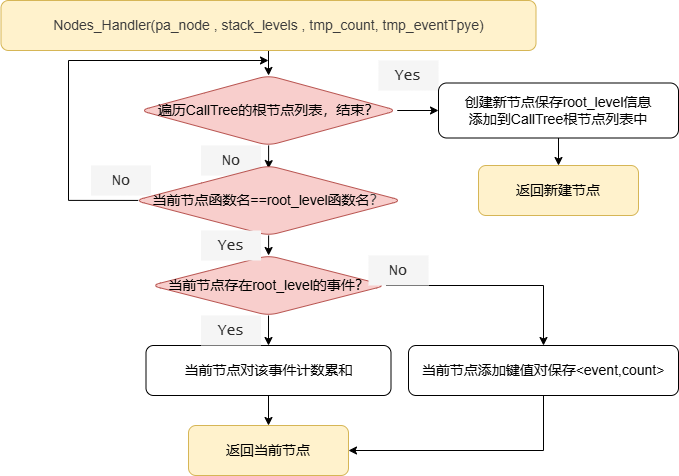
Earlier version of the draw.io export Nodes_Handler.drawio.png (Dong-J93/os_pic2024). Source tidied: cells renumbered, new cells last; positions are measured from the earlier drawing's top-left corner, leaving out a move shared by most shapes. The source it was exported from:
```xml
<mxGraphModel>
  <root>
    <mxCell id="0" />
    <mxCell id="1" parent="0" />
    <mxCell id="2" style="edgeStyle=orthogonalEdgeStyle;rounded=0;jettySize=auto;html=1;" parent="1" edge="1" source="3" target="6">
      <mxGeometry relative="1" as="geometry" />
    </mxCell>
    <mxCell id="3" value="&lt;div style=&quot;color: rgb(59, 59, 59); line-height: 27px; white-space: pre;&quot;&gt;&lt;p style=&quot;line-height: 27px;&quot;&gt;&lt;font face=&quot;Helvetica&quot; style=&quot;font-size: 14px;&quot;&gt;Nodes_Handler(pa_node , stack_levels , tmp_count, tmp_eventTpye)&lt;/font&gt;&lt;/p&gt;&lt;/div&gt;" style="rounded=1;whiteSpace=wrap;html=1;fillColor=#fff2cc;strokeColor=#d6b656;" parent="1" vertex="1">
      <mxGeometry x="0.5" width="535" height="50" as="geometry" />
    </mxCell>
    <mxCell id="4" style="edgeStyle=orthogonalEdgeStyle;rounded=0;jettySize=auto;html=1;" parent="1" edge="1" source="6" target="25">
      <mxGeometry relative="1" as="geometry" />
    </mxCell>
    <mxCell id="5" style="edgeStyle=orthogonalEdgeStyle;rounded=0;jettySize=auto;html=1;entryX=0.5;entryY=0.044;entryDx=0;entryDy=0;entryPerimeter=0;" parent="1" edge="1" source="6" target="12">
      <mxGeometry relative="1" as="geometry" />
    </mxCell>
    <mxCell id="6" value="&lt;span style=&quot;font-size: 14px;&quot;&gt;遍历CallTree的根节点列表，结束？&lt;/span&gt;" style="rhombus;whiteSpace=wrap;html=1;fillColor=#f8cecc;rounded=1;strokeColor=#b85450;" parent="1" vertex="1">
      <mxGeometry x="139.2" y="75" width="257.5" height="70" as="geometry" />
    </mxCell>
    <mxCell id="7" value="&lt;font face=&quot;Lucida Console&quot; color=&quot;#2e2e2e&quot;&gt;&lt;span style=&quot;font-size: 15px;&quot;&gt;No&lt;/span&gt;&lt;/font&gt;" style="text;html=1;align=center;verticalAlign=middle;whiteSpace=wrap;rounded=0;fontColor=#333333;fillColor=#f5f5f5;strokeColor=none;" parent="1" vertex="1">
      <mxGeometry x="200.5" y="145" width="60" height="30" as="geometry" />
    </mxCell>
    <mxCell id="8" value="&lt;font face=&quot;Lucida Console&quot; color=&quot;#2e2e2e&quot;&gt;&lt;span style=&quot;font-size: 15px;&quot;&gt;Yes&lt;/span&gt;&lt;/font&gt;" style="text;html=1;align=center;verticalAlign=middle;whiteSpace=wrap;rounded=0;fontColor=#333333;fillColor=#f5f5f5;strokeColor=none;" parent="1" vertex="1">
      <mxGeometry x="378" y="60" width="60" height="30" as="geometry" />
    </mxCell>
    <mxCell id="9" value="&lt;pre&gt;&lt;font face=&quot;Helvetica&quot;&gt;&lt;span style=&quot;font-size: 14px;&quot;&gt;返回当前节点&lt;/span&gt;&lt;/font&gt;&lt;/pre&gt;" style="rounded=1;whiteSpace=wrap;html=1;fillColor=#fff2cc;strokeColor=#d6b656;" parent="1" vertex="1">
      <mxGeometry x="188" y="425" width="160" height="50" as="geometry" />
    </mxCell>
    <mxCell id="10" style="edgeStyle=orthogonalEdgeStyle;rounded=0;jettySize=auto;html=1;" parent="1" edge="1" source="12" target="15">
      <mxGeometry relative="1" as="geometry" />
    </mxCell>
    <mxCell id="11" style="edgeStyle=orthogonalEdgeStyle;rounded=0;jettySize=auto;html=1;exitX=0.013;exitY=0.499;exitDx=0;exitDy=0;exitPerimeter=0;" parent="1" edge="1" source="12">
      <mxGeometry relative="1" as="geometry">
        <mxPoint x="268" y="60" as="targetPoint" />
        <Array as="points">
          <mxPoint x="68" y="200" />
          <mxPoint x="68" y="60" />
        </Array>
      </mxGeometry>
    </mxCell>
    <mxCell id="12" value="&lt;p&gt;&lt;font face=&quot;Helvetica&quot; style=&quot;font-size: 14px;&quot;&gt;当前节点函数名==root_level函数名&lt;span style=&quot;color: rgb(59, 59, 59); white-space: pre;&quot;&gt;？&lt;/span&gt;&lt;/font&gt;&lt;/p&gt;" style="rhombus;whiteSpace=wrap;html=1;fillColor=#f8cecc;rounded=1;strokeColor=#b85450;" parent="1" vertex="1">
      <mxGeometry x="134.2" y="165" width="267.5" height="70" as="geometry" />
    </mxCell>
    <mxCell id="13" style="edgeStyle=orthogonalEdgeStyle;rounded=0;jettySize=auto;html=1;" parent="1" edge="1" source="15" target="17">
      <mxGeometry relative="1" as="geometry" />
    </mxCell>
    <mxCell id="14" style="edgeStyle=orthogonalEdgeStyle;rounded=0;jettySize=auto;html=1;" parent="1" edge="1" source="15" target="20">
      <mxGeometry relative="1" as="geometry" />
    </mxCell>
    <mxCell id="15" value="&lt;span style=&quot;font-size: 14px;&quot;&gt;当前节点存在root_level的事件？&lt;/span&gt;" style="rhombus;whiteSpace=wrap;html=1;fillColor=#f8cecc;rounded=1;strokeColor=#b85450;" parent="1" vertex="1">
      <mxGeometry x="150.5" y="255" width="235" height="60" as="geometry" />
    </mxCell>
    <mxCell id="16" style="edgeStyle=orthogonalEdgeStyle;rounded=0;jettySize=auto;html=1;" parent="1" edge="1" source="17" target="9">
      <mxGeometry relative="1" as="geometry" />
    </mxCell>
    <mxCell id="17" value="&lt;pre&gt;&lt;font face=&quot;Helvetica&quot; style=&quot;font-size: 14px;&quot;&gt;当前节点对该事件计数累和&lt;/font&gt;&lt;br&gt;&lt;/pre&gt;" style="rounded=1;whiteSpace=wrap;html=1;fillColor=none;" parent="1" vertex="1">
      <mxGeometry x="145.5" y="345" width="245" height="50" as="geometry" />
    </mxCell>
    <mxCell id="18" value="&lt;font face=&quot;Lucida Console&quot; color=&quot;#2e2e2e&quot;&gt;&lt;span style=&quot;font-size: 15px;&quot;&gt;Yes&lt;/span&gt;&lt;/font&gt;" style="text;html=1;align=center;verticalAlign=middle;whiteSpace=wrap;rounded=0;fontColor=#333333;fillColor=#f5f5f5;strokeColor=none;" parent="1" vertex="1">
      <mxGeometry x="200.5" y="315" width="60" height="30" as="geometry" />
    </mxCell>
    <mxCell id="19" style="edgeStyle=orthogonalEdgeStyle;rounded=0;jettySize=auto;html=1;exitX=0.5;exitY=1;exitDx=0;exitDy=0;entryX=1;entryY=0.5;entryDx=0;entryDy=0;" parent="1" edge="1" source="20" target="9">
      <mxGeometry relative="1" as="geometry" />
    </mxCell>
    <mxCell id="20" value="&lt;pre&gt;&lt;font face=&quot;Helvetica&quot; style=&quot;font-size: 14px;&quot;&gt;当前节点添加键值对保存&amp;lt;event,count&amp;gt;&lt;/font&gt;&lt;br&gt;&lt;/pre&gt;" style="rounded=1;whiteSpace=wrap;html=1;fillColor=none;" parent="1" vertex="1">
      <mxGeometry x="408" y="345" width="270" height="50" as="geometry" />
    </mxCell>
    <mxCell id="21" value="&lt;font face=&quot;Lucida Console&quot; color=&quot;#2e2e2e&quot;&gt;&lt;span style=&quot;font-size: 15px;&quot;&gt;No&lt;/span&gt;&lt;/font&gt;" style="text;html=1;align=center;verticalAlign=middle;whiteSpace=wrap;rounded=0;fontColor=#333333;fillColor=#f5f5f5;strokeColor=none;" parent="1" vertex="1">
      <mxGeometry x="368" y="255" width="60" height="30" as="geometry" />
    </mxCell>
    <mxCell id="22" value="&lt;font face=&quot;Lucida Console&quot; color=&quot;#2e2e2e&quot;&gt;&lt;span style=&quot;font-size: 15px;&quot;&gt;Yes&lt;/span&gt;&lt;/font&gt;" style="text;html=1;align=center;verticalAlign=middle;whiteSpace=wrap;rounded=0;fontColor=#333333;fillColor=#f5f5f5;strokeColor=none;" parent="1" vertex="1">
      <mxGeometry x="200.5" y="230" width="60" height="30" as="geometry" />
    </mxCell>
    <mxCell id="23" value="&lt;font face=&quot;Lucida Console&quot; color=&quot;#2e2e2e&quot;&gt;&lt;span style=&quot;font-size: 15px;&quot;&gt;No&lt;/span&gt;&lt;/font&gt;" style="text;html=1;align=center;verticalAlign=middle;whiteSpace=wrap;rounded=0;fontColor=#333333;fillColor=#f5f5f5;strokeColor=none;" parent="1" vertex="1">
      <mxGeometry x="90.5" y="165" width="60" height="30" as="geometry" />
    </mxCell>
    <mxCell id="24" style="edgeStyle=orthogonalEdgeStyle;rounded=0;jettySize=auto;html=1;" parent="1" edge="1" source="25" target="26">
      <mxGeometry relative="1" as="geometry" />
    </mxCell>
    <mxCell id="25" value="&lt;p&gt;&lt;font face=&quot;Helvetica&quot; style=&quot;font-size: 14px;&quot;&gt;创建新节点保存root_level信息&lt;br&gt;&lt;/font&gt;&lt;font face=&quot;Helvetica&quot; style=&quot;font-size: 14px;&quot;&gt;添加到CallTree根节点列表中&lt;/font&gt;&lt;/p&gt;" style="rounded=1;whiteSpace=wrap;html=1;fillColor=none;" parent="1" vertex="1">
      <mxGeometry x="438" y="82.5" width="240" height="55" as="geometry" />
    </mxCell>
    <mxCell id="26" value="&lt;pre&gt;&lt;font face=&quot;Helvetica&quot;&gt;&lt;span style=&quot;font-size: 14px;&quot;&gt;返回新建节点&lt;/span&gt;&lt;/font&gt;&lt;/pre&gt;" style="rounded=1;whiteSpace=wrap;html=1;fillColor=#fff2cc;strokeColor=#d6b656;" parent="1" vertex="1">
      <mxGeometry x="478" y="165" width="160" height="50" as="geometry" />
    </mxCell>
  </root>
</mxGraphModel>
```
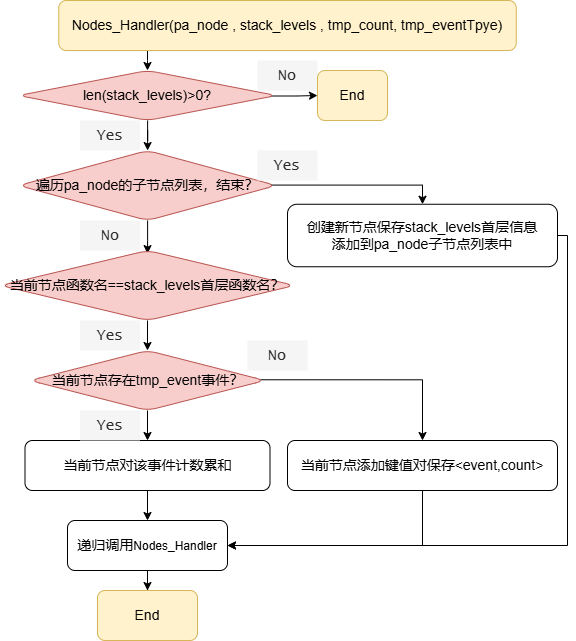
After the commit.

The edit, as a diff of the source:
```diff
@@ -2,86 +2,109 @@
   <root>
     <mxCell id="0" />
     <mxCell id="1" parent="0" />
-    <mxCell id="2" style="edgeStyle=orthogonalEdgeStyle;rounded=0;jettySize=auto;html=1;" parent="1" edge="1" source="3" target="6">
-      <mxGeometry relative="1" as="geometry" />
-    </mxCell>
+    <mxCell id="27" style="edgeStyle=orthogonalEdgeStyle;rounded=0;jettySize=auto;html=1;" parent="1" edge="1" source="3" target="32">
+      <mxGeometry relative="1" as="geometry">
+        <Array as="points">
+          <mxPoint x="268" y="60" />
+          <mxPoint x="268" y="60" />
+        </Array>
+      </mxGeometry>
+    </mxCell>
-    <mxCell id="3" value="&lt;div style=&quot;color: rgb(59, 59, 59); line-height: 27px; white-space: pre;&quot;&gt;&lt;p style=&quot;line-height: 27px;&quot;&gt;&lt;font face=&quot;Helvetica&quot; style=&quot;font-size: 14px;&quot;&gt;Nodes_Handler(pa_node , stack_levels , tmp_count, tmp_eventTpye)&lt;/font&gt;&lt;/p&gt;&lt;/div&gt;" style="rounded=1;whiteSpace=wrap;html=1;fillColor=#fff2cc;strokeColor=#d6b656;" parent="1" vertex="1">
-      <mxGeometry x="0.5" width="535" height="50" as="geometry" />
+    <mxCell id="3" value="&lt;div style=&quot;line-height: 27px; white-space: pre;&quot;&gt;&lt;p style=&quot;line-height: 27px;&quot;&gt;&lt;font face=&quot;Helvetica&quot; style=&quot;font-size: 14px;&quot;&gt;Nodes_Handler(pa_node , stack_levels , tmp_count, tmp_eventTpye)&lt;/font&gt;&lt;/p&gt;&lt;/div&gt;" style="rounded=1;whiteSpace=wrap;html=1;fillColor=#fff2cc;strokeColor=#d6b656;" parent="1" vertex="1">
+      <mxGeometry x="179.2" width="457.5" height="50" as="geometry" />
     </mxCell>
-    <mxCell id="4" style="edgeStyle=orthogonalEdgeStyle;rounded=0;jettySize=auto;html=1;" parent="1" edge="1" source="6" target="25">
-      <mxGeometry relative="1" as="geometry" />
+    <mxCell id="4" style="edgeStyle=orthogonalEdgeStyle;rounded=0;jettySize=auto;html=1;exitX=0.975;exitY=0.494;exitDx=0;exitDy=0;exitPerimeter=0;" parent="1" edge="1" source="6" target="25">
+      <mxGeometry relative="1" as="geometry">
+        <Array as="points">
+          <mxPoint x="543" y="185" />
+        </Array>
+      </mxGeometry>
     </mxCell>
     <mxCell id="5" style="edgeStyle=orthogonalEdgeStyle;rounded=0;jettySize=auto;html=1;entryX=0.5;entryY=0.044;entryDx=0;entryDy=0;entryPerimeter=0;" parent="1" edge="1" source="6" target="12">
       <mxGeometry relative="1" as="geometry" />
     </mxCell>
-    <mxCell id="6" value="&lt;span style=&quot;font-size: 14px;&quot;&gt;遍历CallTree的根节点列表，结束？&lt;/span&gt;" style="rhombus;whiteSpace=wrap;html=1;fillColor=#f8cecc;rounded=1;strokeColor=#b85450;" parent="1" vertex="1">
-      <mxGeometry x="139.2" y="75" width="257.5" height="70" as="geometry" />
+    <mxCell id="6" value="&lt;span style=&quot;font-size: 14px;&quot;&gt;遍历pa_node的子节点列表，结束？&lt;/span&gt;" style="rhombus;whiteSpace=wrap;html=1;fillColor=#f8cecc;rounded=1;strokeColor=#b85450;" parent="1" vertex="1">
+      <mxGeometry x="139.2" y="150" width="257.5" height="70" as="geometry" />
     </mxCell>
     <mxCell id="7" value="&lt;font face=&quot;Lucida Console&quot; color=&quot;#2e2e2e&quot;&gt;&lt;span style=&quot;font-size: 15px;&quot;&gt;No&lt;/span&gt;&lt;/font&gt;" style="text;html=1;align=center;verticalAlign=middle;whiteSpace=wrap;rounded=0;fontColor=#333333;fillColor=#f5f5f5;strokeColor=none;" parent="1" vertex="1">
-      <mxGeometry x="200.5" y="145" width="60" height="30" as="geometry" />
+      <mxGeometry x="378" y="60" width="60" height="30" as="geometry" />
     </mxCell>
     <mxCell id="8" value="&lt;font face=&quot;Lucida Console&quot; color=&quot;#2e2e2e&quot;&gt;&lt;span style=&quot;font-size: 15px;&quot;&gt;Yes&lt;/span&gt;&lt;/font&gt;" style="text;html=1;align=center;verticalAlign=middle;whiteSpace=wrap;rounded=0;fontColor=#333333;fillColor=#f5f5f5;strokeColor=none;" parent="1" vertex="1">
-      <mxGeometry x="378" y="60" width="60" height="30" as="geometry" />
+      <mxGeometry x="378" y="150" width="60" height="30" as="geometry" />
     </mxCell>
+    <mxCell id="28" style="edgeStyle=orthogonalEdgeStyle;rounded=0;jettySize=auto;html=1;" parent="1" edge="1" source="9" target="35">
+      <mxGeometry relative="1" as="geometry" />
+    </mxCell>
-    <mxCell id="9" value="&lt;pre&gt;&lt;font face=&quot;Helvetica&quot;&gt;&lt;span style=&quot;font-size: 14px;&quot;&gt;返回当前节点&lt;/span&gt;&lt;/font&gt;&lt;/pre&gt;" style="rounded=1;whiteSpace=wrap;html=1;fillColor=#fff2cc;strokeColor=#d6b656;" parent="1" vertex="1">
-      <mxGeometry x="188" y="425" width="160" height="50" as="geometry" />
+    <mxCell id="9" value="&lt;pre&gt;&lt;font face=&quot;Helvetica&quot;&gt;&lt;span style=&quot;font-size: 14px;&quot;&gt;递归调用&lt;/span&gt;Nodes_Handler&lt;/font&gt;&lt;/pre&gt;" style="rounded=1;whiteSpace=wrap;html=1;" parent="1" vertex="1">
+      <mxGeometry x="188" y="520" width="160" height="50" as="geometry" />
     </mxCell>
     <mxCell id="10" style="edgeStyle=orthogonalEdgeStyle;rounded=0;jettySize=auto;html=1;" parent="1" edge="1" source="12" target="15">
       <mxGeometry relative="1" as="geometry" />
     </mxCell>
-    <mxCell id="11" style="edgeStyle=orthogonalEdgeStyle;rounded=0;jettySize=auto;html=1;exitX=0.013;exitY=0.499;exitDx=0;exitDy=0;exitPerimeter=0;" parent="1" edge="1" source="12">
-      <mxGeometry relative="1" as="geometry">
-        <mxPoint x="268" y="60" as="targetPoint" />
-        <Array as="points">
-          <mxPoint x="68" y="200" />
-          <mxPoint x="68" y="60" />
-        </Array>
-      </mxGeometry>
-    </mxCell>
-    <mxCell id="12" value="&lt;p&gt;&lt;font face=&quot;Helvetica&quot; style=&quot;font-size: 14px;&quot;&gt;当前节点函数名==root_level函数名&lt;span style=&quot;color: rgb(59, 59, 59); white-space: pre;&quot;&gt;？&lt;/span&gt;&lt;/font&gt;&lt;/p&gt;" style="rhombus;whiteSpace=wrap;html=1;fillColor=#f8cecc;rounded=1;strokeColor=#b85450;" parent="1" vertex="1">
-      <mxGeometry x="134.2" y="165" width="267.5" height="70" as="geometry" />
+    <mxCell id="12" value="&lt;p&gt;&lt;font face=&quot;Helvetica&quot;&gt;&lt;font style=&quot;font-size: 14px;&quot;&gt;当前节点函数名==&lt;/font&gt;&lt;span style=&quot;font-size: 14px; white-space: pre;&quot;&gt;stack_levels首层&lt;/span&gt;&lt;font style=&quot;font-size: 14px;&quot;&gt;函数名&lt;span style=&quot;white-space: pre;&quot;&gt;？&lt;/span&gt;&lt;/font&gt;&lt;/font&gt;&lt;/p&gt;" style="rhombus;whiteSpace=wrap;html=1;fillColor=#f8cecc;rounded=1;strokeColor=#b85450;" parent="1" vertex="1">
+      <mxGeometry x="121.1" y="250" width="293.8" height="70" as="geometry" />
     </mxCell>
     <mxCell id="13" style="edgeStyle=orthogonalEdgeStyle;rounded=0;jettySize=auto;html=1;" parent="1" edge="1" source="15" target="17">
       <mxGeometry relative="1" as="geometry" />
     </mxCell>
-    <mxCell id="14" style="edgeStyle=orthogonalEdgeStyle;rounded=0;jettySize=auto;html=1;" parent="1" edge="1" source="15" target="20">
+    <mxCell id="14" style="edgeStyle=orthogonalEdgeStyle;rounded=0;jettySize=auto;html=1;exitX=0.981;exitY=0.488;exitDx=0;exitDy=0;exitPerimeter=0;" parent="1" edge="1" source="15" target="20">
       <mxGeometry relative="1" as="geometry" />
     </mxCell>
-    <mxCell id="15" value="&lt;span style=&quot;font-size: 14px;&quot;&gt;当前节点存在root_level的事件？&lt;/span&gt;" style="rhombus;whiteSpace=wrap;html=1;fillColor=#f8cecc;rounded=1;strokeColor=#b85450;" parent="1" vertex="1">
-      <mxGeometry x="150.5" y="255" width="235" height="60" as="geometry" />
+    <mxCell id="15" value="&lt;span style=&quot;font-size: 14px;&quot;&gt;当前节点存在&lt;span style=&quot;white-space: pre;&quot;&gt;tmp_event&lt;/span&gt;&lt;/span&gt;&lt;span style=&quot;font-size: 14px;&quot;&gt;事件？&lt;/span&gt;" style="rhombus;whiteSpace=wrap;html=1;fillColor=#f8cecc;rounded=1;strokeColor=#b85450;" parent="1" vertex="1">
+      <mxGeometry x="150.5" y="350" width="235" height="60" as="geometry" />
     </mxCell>
     <mxCell id="16" style="edgeStyle=orthogonalEdgeStyle;rounded=0;jettySize=auto;html=1;" parent="1" edge="1" source="17" target="9">
       <mxGeometry relative="1" as="geometry" />
     </mxCell>
     <mxCell id="17" value="&lt;pre&gt;&lt;font face=&quot;Helvetica&quot; style=&quot;font-size: 14px;&quot;&gt;当前节点对该事件计数累和&lt;/font&gt;&lt;br&gt;&lt;/pre&gt;" style="rounded=1;whiteSpace=wrap;html=1;fillColor=none;" parent="1" vertex="1">
-      <mxGeometry x="145.5" y="345" width="245" height="50" as="geometry" />
+      <mxGeometry x="145.5" y="440" width="245" height="50" as="geometry" />
     </mxCell>
     <mxCell id="18" value="&lt;font face=&quot;Lucida Console&quot; color=&quot;#2e2e2e&quot;&gt;&lt;span style=&quot;font-size: 15px;&quot;&gt;Yes&lt;/span&gt;&lt;/font&gt;" style="text;html=1;align=center;verticalAlign=middle;whiteSpace=wrap;rounded=0;fontColor=#333333;fillColor=#f5f5f5;strokeColor=none;" parent="1" vertex="1">
-      <mxGeometry x="200.5" y="315" width="60" height="30" as="geometry" />
+      <mxGeometry x="200.5" y="410" width="60" height="30" as="geometry" />
     </mxCell>
     <mxCell id="19" style="edgeStyle=orthogonalEdgeStyle;rounded=0;jettySize=auto;html=1;exitX=0.5;exitY=1;exitDx=0;exitDy=0;entryX=1;entryY=0.5;entryDx=0;entryDy=0;" parent="1" edge="1" source="20" target="9">
       <mxGeometry relative="1" as="geometry" />
     </mxCell>
-    <mxCell id="20" value="&lt;pre&gt;&lt;font face=&quot;Helvetica&quot; style=&quot;font-size: 14px;&quot;&gt;当前节点添加键值对保存&amp;lt;event,count&amp;gt;&lt;/font&gt;&lt;br&gt;&lt;/pre&gt;" style="rounded=1;whiteSpace=wrap;html=1;fillColor=none;" parent="1" vertex="1">
-      <mxGeometry x="408" y="345" width="270" height="50" as="geometry" />
-    </mxCell>
     <mxCell id="21" value="&lt;font face=&quot;Lucida Console&quot; color=&quot;#2e2e2e&quot;&gt;&lt;span style=&quot;font-size: 15px;&quot;&gt;No&lt;/span&gt;&lt;/font&gt;" style="text;html=1;align=center;verticalAlign=middle;whiteSpace=wrap;rounded=0;fontColor=#333333;fillColor=#f5f5f5;strokeColor=none;" parent="1" vertex="1">
-      <mxGeometry x="368" y="255" width="60" height="30" as="geometry" />
+      <mxGeometry x="368" y="340" width="60" height="30" as="geometry" />
     </mxCell>
     <mxCell id="22" value="&lt;font face=&quot;Lucida Console&quot; color=&quot;#2e2e2e&quot;&gt;&lt;span style=&quot;font-size: 15px;&quot;&gt;Yes&lt;/span&gt;&lt;/font&gt;" style="text;html=1;align=center;verticalAlign=middle;whiteSpace=wrap;rounded=0;fontColor=#333333;fillColor=#f5f5f5;strokeColor=none;" parent="1" vertex="1">
-      <mxGeometry x="200.5" y="230" width="60" height="30" as="geometry" />
+      <mxGeometry x="200.5" y="320" width="60" height="30" as="geometry" />
     </mxCell>
     <mxCell id="23" value="&lt;font face=&quot;Lucida Console&quot; color=&quot;#2e2e2e&quot;&gt;&lt;span style=&quot;font-size: 15px;&quot;&gt;No&lt;/span&gt;&lt;/font&gt;" style="text;html=1;align=center;verticalAlign=middle;whiteSpace=wrap;rounded=0;fontColor=#333333;fillColor=#f5f5f5;strokeColor=none;" parent="1" vertex="1">
-      <mxGeometry x="90.5" y="165" width="60" height="30" as="geometry" />
+      <mxGeometry x="200.5" y="220" width="60" height="30" as="geometry" />
     </mxCell>
-    <mxCell id="24" style="edgeStyle=orthogonalEdgeStyle;rounded=0;jettySize=auto;html=1;" parent="1" edge="1" source="25" target="26">
-      <mxGeometry relative="1" as="geometry" />
-    </mxCell>
+    <mxCell id="29" style="edgeStyle=orthogonalEdgeStyle;rounded=0;jettySize=auto;html=1;exitX=1;exitY=0.5;exitDx=0;exitDy=0;entryX=1;entryY=0.5;entryDx=0;entryDy=0;" parent="1" edge="1" source="25" target="9">
+      <mxGeometry relative="1" as="geometry">
+        <Array as="points">
+          <mxPoint x="688" y="235" />
+          <mxPoint x="688" y="545" />
+        </Array>
+      </mxGeometry>
+    </mxCell>
-    <mxCell id="25" value="&lt;p&gt;&lt;font face=&quot;Helvetica&quot; style=&quot;font-size: 14px;&quot;&gt;创建新节点保存root_level信息&lt;br&gt;&lt;/font&gt;&lt;font face=&quot;Helvetica&quot; style=&quot;font-size: 14px;&quot;&gt;添加到CallTree根节点列表中&lt;/font&gt;&lt;/p&gt;" style="rounded=1;whiteSpace=wrap;html=1;fillColor=none;" parent="1" vertex="1">
-      <mxGeometry x="438" y="82.5" width="240" height="55" as="geometry" />
+    <mxCell id="25" value="&lt;p&gt;&lt;font face=&quot;Helvetica&quot; style=&quot;font-size: 14px;&quot;&gt;创建新节点保存&lt;/font&gt;&lt;span style=&quot;font-size: 14px; white-space: pre;&quot;&gt;stack_levels首层&lt;/span&gt;&lt;font face=&quot;Helvetica&quot; style=&quot;font-size: 14px;&quot;&gt;信息&lt;br&gt;&lt;/font&gt;&lt;font face=&quot;Helvetica&quot; style=&quot;font-size: 14px;&quot;&gt;添加到pa_node子节点列表中&lt;/font&gt;&lt;/p&gt;" style="rounded=1;whiteSpace=wrap;html=1;fillColor=none;" parent="1" vertex="1">
+      <mxGeometry x="408" y="203.8" width="270" height="62.5" as="geometry" />
     </mxCell>
-    <mxCell id="26" value="&lt;pre&gt;&lt;font face=&quot;Helvetica&quot;&gt;&lt;span style=&quot;font-size: 14px;&quot;&gt;返回新建节点&lt;/span&gt;&lt;/font&gt;&lt;/pre&gt;" style="rounded=1;whiteSpace=wrap;html=1;fillColor=#fff2cc;strokeColor=#d6b656;" parent="1" vertex="1">
-      <mxGeometry x="478" y="165" width="160" height="50" as="geometry" />
-    </mxCell>
+    <mxCell id="30" style="edgeStyle=orthogonalEdgeStyle;rounded=0;jettySize=auto;html=1;" parent="1" edge="1" source="32" target="6">
+      <mxGeometry relative="1" as="geometry" />
+    </mxCell>
+    <mxCell id="31" style="edgeStyle=orthogonalEdgeStyle;rounded=0;jettySize=auto;html=1;exitX=0.032;exitY=0.51;exitDx=0;exitDy=0;exitPerimeter=0;" parent="1" edge="1" source="32" target="34">
+      <mxGeometry relative="1" as="geometry" />
+    </mxCell>
+    <mxCell id="32" value="&lt;span style=&quot;font-size: 14px;&quot;&gt;len(stack_levels)&amp;gt;0?&lt;/span&gt;" style="rhombus;whiteSpace=wrap;html=1;fillColor=#f8cecc;rounded=1;strokeColor=#b85450;" parent="1" vertex="1">
+      <mxGeometry x="139.2" y="70" width="257.5" height="50" as="geometry" />
+    </mxCell>
+    <mxCell id="33" value="&lt;font face=&quot;Lucida Console&quot; color=&quot;#2e2e2e&quot;&gt;&lt;span style=&quot;font-size: 15px;&quot;&gt;Yes&lt;/span&gt;&lt;/font&gt;" style="text;html=1;align=center;verticalAlign=middle;whiteSpace=wrap;rounded=0;fontColor=#333333;fillColor=#f5f5f5;strokeColor=none;" parent="1" vertex="1">
+      <mxGeometry x="200.5" y="120" width="60" height="30" as="geometry" />
+    </mxCell>
+    <mxCell id="34" value="&lt;pre&gt;&lt;font face=&quot;Helvetica&quot;&gt;&lt;span style=&quot;font-size: 14px;&quot;&gt;End&lt;/span&gt;&lt;/font&gt;&lt;/pre&gt;" style="rounded=1;whiteSpace=wrap;html=1;fillColor=#fff2cc;strokeColor=#d6b656;" parent="1" vertex="1">
+      <mxGeometry x="438" y="70" width="70" height="50" as="geometry" />
+    </mxCell>
+    <mxCell id="35" value="&lt;pre&gt;&lt;font face=&quot;Helvetica&quot;&gt;&lt;span style=&quot;font-size: 14px;&quot;&gt;End&lt;/span&gt;&lt;/font&gt;&lt;/pre&gt;" style="rounded=1;whiteSpace=wrap;html=1;fillColor=#fff2cc;strokeColor=#d6b656;" parent="1" vertex="1">
+      <mxGeometry x="218" y="590" width="100" height="50" as="geometry" />
+    </mxCell>
+    <mxCell id="20" value="&lt;pre&gt;&lt;font face=&quot;Helvetica&quot; style=&quot;font-size: 14px;&quot;&gt;当前节点添加键值对保存&amp;lt;event,count&amp;gt;&lt;/font&gt;&lt;br&gt;&lt;/pre&gt;" style="rounded=1;whiteSpace=wrap;html=1;fillColor=none;" parent="1" vertex="1">
+      <mxGeometry x="408" y="440" width="270" height="50" as="geometry" />
+    </mxCell>
   </root>
 </mxGraphModel>
```
